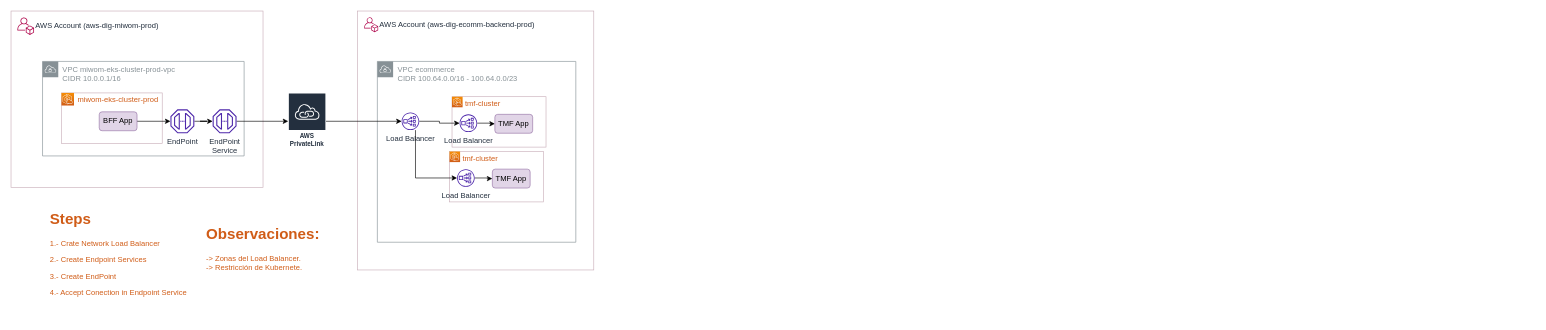
Before: pocs/aws-vpc2vpc-overlapping/arq-poc-vpv2vpc-overlapping.drawio in cohgit/architecture, a draw.io diagram. Source tidied: cells renumbered, new cells numbered last; positions are measured from the earlier drawing's top-left corner, leaving out a move shared by most shapes. Both pictures are drawn from the tidied source at 63%, with x=0, y=0 at pixel (11, 11).
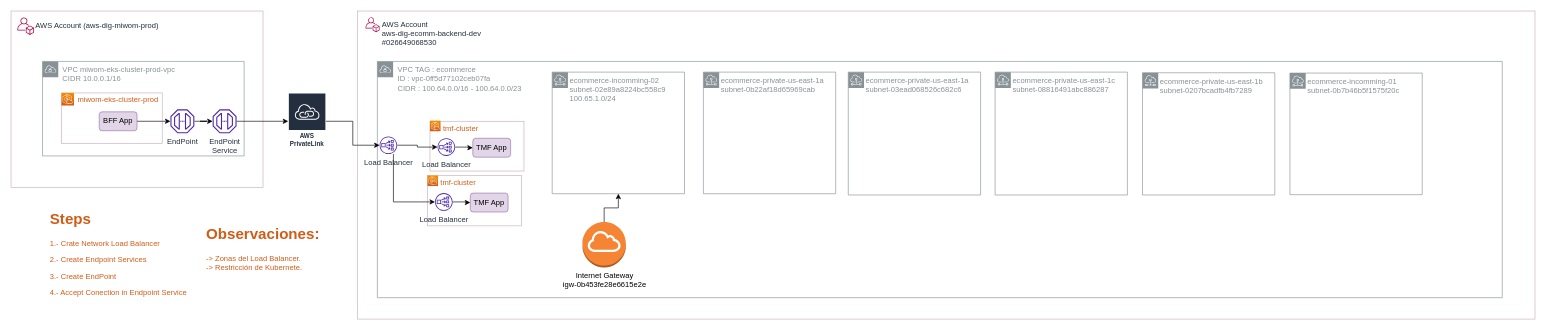
The same diagram, later.

The edit, as a diff of the source:
```diff
@@
     <mxCell id="15" style="rounded=0;whiteSpace=wrap;html=1;strokeColor=#C9AEB9;" parent="1" vertex="1">
-      <mxGeometry x="550" width="375" height="411" as="geometry" />
+      <mxGeometry x="550" width="1869" height="489" as="geometry" />
     </mxCell>
-    <mxCell id="16" value="AWS Account (aws-dig-ecomm-backend-prod)" style="sketch=0;fontColor=#232F3E;gradientColor=none;fillColor=#B0084D;strokeColor=none;dashed=0;verticalLabelPosition=middle;verticalAlign=middle;align=left;html=1;fontSize=12;fontStyle=0;shape=mxgraph.aws4.organizations_account;labelPosition=right;" parent="1" vertex="1">
-      <mxGeometry x="560.5" y="10" width="22.3" height="23.5" as="geometry" />
+    <mxCell id="16" value="AWS Account&lt;br&gt;aws-dig-ecomm-backend-dev&lt;br&gt;#026649068530" style="sketch=0;fontColor=#232F3E;gradientColor=none;fillColor=#B0084D;strokeColor=none;dashed=0;verticalLabelPosition=middle;verticalAlign=top;align=left;html=1;fontSize=12;fontStyle=0;shape=mxgraph.aws4.organizations_account;labelPosition=right;spacing=0;spacingLeft=4;" parent="1" vertex="1">
+      <mxGeometry x="562.7" y="10" width="22.3" height="23.5" as="geometry" />
     </mxCell>
-    <mxCell id="17" value="VPC&amp;nbsp;ecommerce&lt;br&gt;CIDR&amp;nbsp;100.64.0.0/16 -&amp;nbsp;100.64.0.0/23" style="sketch=0;gradientColor=none;html=1;whiteSpace=wrap;fontSize=12;fontStyle=0;shape=mxgraph.aws4.group;grIcon=mxgraph.aws4.group_vpc;strokeColor=#879196;fillColor=none;verticalAlign=top;align=left;spacingLeft=30;fontColor=#879196;dashed=0;" parent="1" vertex="1">
-      <mxGeometry x="581.5" y="80" width="315" height="287" as="geometry" />
+    <mxCell id="17" value="VPC TAG : ecommerce&lt;br&gt;ID :&amp;nbsp;vpc-0ff5d77102ceb07fa&lt;br&gt;CIDR : 100.64.0.0/16 -&amp;nbsp;100.64.0.0/23" style="sketch=0;gradientColor=none;html=1;whiteSpace=wrap;fontSize=12;fontStyle=0;shape=mxgraph.aws4.group;grIcon=mxgraph.aws4.group_vpc;strokeColor=#879196;fillColor=none;verticalAlign=top;align=left;spacingLeft=30;fontColor=#879196;dashed=0;" parent="1" vertex="1">
+      <mxGeometry x="581.5" y="80" width="1785.5" height="375" as="geometry" />
     </mxCell>
     <mxCell id="18" value="tmf-cluster" style="rounded=0;whiteSpace=wrap;html=1;strokeColor=#C9AEB9;align=left;verticalAlign=top;spacingLeft=21;spacing=0;fontColor=#D05C17;fontStyle=0;" parent="1" vertex="1">
-      <mxGeometry x="700" y="136" width="149.2" height="80" as="geometry" />
+      <mxGeometry x="665" y="175" width="149.2" height="79" as="geometry" />
     </mxCell>
     <mxCell id="19" style="sketch=0;fontColor=#232F3E;gradientColor=#F78E04;gradientDirection=north;fillColor=#D05C17;strokeColor=#ffffff;dashed=0;verticalLabelPosition=bottom;verticalAlign=top;align=center;html=1;fontSize=12;fontStyle=0;shape=mxgraph.aws4.resourceIcon;resIcon=mxgraph.aws4.eks_cloud;" parent="1" vertex="1">
-      <mxGeometry x="700" y="136" width="16.8" height="16.8" as="geometry" />
+      <mxGeometry x="665" y="174" width="16.8" height="16.8" as="geometry" />
     </mxCell>
@@
     <mxCell id="21" value="Load Balancer" style="sketch=0;outlineConnect=0;fontColor=#232F3E;gradientColor=none;fillColor=#4D27AA;strokeColor=none;dashed=0;verticalLabelPosition=bottom;verticalAlign=top;align=center;html=1;fontSize=12;fontStyle=0;shape=mxgraph.aws4.network_load_balancer;" parent="1" vertex="1">
-      <mxGeometry x="620" y="161" width="28" height="28" as="geometry" />
+      <mxGeometry x="585" y="199" width="28" height="28" as="geometry" />
     </mxCell>
     <mxCell id="22" value="TMF App" style="rounded=1;whiteSpace=wrap;html=1;strokeColor=#9673a6;fillColor=#e1d5e7;" parent="1" vertex="1">
-      <mxGeometry x="768" y="164" width="60" height="30" as="geometry" />
+      <mxGeometry x="733" y="202" width="60" height="30" as="geometry" />
     </mxCell>
@@
     <mxCell id="26" value="Load Balancer" style="sketch=0;outlineConnect=0;fontColor=#232F3E;gradientColor=none;fillColor=#4D27AA;strokeColor=none;dashed=0;verticalLabelPosition=bottom;verticalAlign=top;align=center;html=1;fontSize=12;fontStyle=0;shape=mxgraph.aws4.network_load_balancer;" parent="1" vertex="1">
-      <mxGeometry x="712" y="164" width="28" height="28" as="geometry" />
+      <mxGeometry x="677" y="202" width="28" height="28" as="geometry" />
     </mxCell>
     <mxCell id="27" value="tmf-cluster" style="rounded=0;whiteSpace=wrap;html=1;strokeColor=#C9AEB9;align=left;verticalAlign=top;spacingLeft=21;spacing=0;fontColor=#D05C17;fontStyle=0;" parent="1" vertex="1">
-      <mxGeometry x="696" y="223" width="149.2" height="80" as="geometry" />
+      <mxGeometry x="661" y="261" width="149.2" height="80" as="geometry" />
     </mxCell>
     <mxCell id="28" style="sketch=0;fontColor=#232F3E;gradientColor=#F78E04;gradientDirection=north;fillColor=#D05C17;strokeColor=#ffffff;dashed=0;verticalLabelPosition=bottom;verticalAlign=top;align=center;html=1;fontSize=12;fontStyle=0;shape=mxgraph.aws4.resourceIcon;resIcon=mxgraph.aws4.eks_cloud;" parent="1" vertex="1">
-      <mxGeometry x="696" y="223" width="16.8" height="16.8" as="geometry" />
+      <mxGeometry x="661" y="261" width="16.8" height="16.8" as="geometry" />
     </mxCell>
     <mxCell id="29" value="TMF App" style="rounded=1;whiteSpace=wrap;html=1;strokeColor=#9673a6;fillColor=#e1d5e7;" parent="1" vertex="1">
-      <mxGeometry x="764" y="251" width="60" height="30" as="geometry" />
+      <mxGeometry x="729" y="289" width="60" height="30" as="geometry" />
     </mxCell>
@@
     <mxCell id="31" value="Load Balancer" style="sketch=0;outlineConnect=0;fontColor=#232F3E;gradientColor=none;fillColor=#4D27AA;strokeColor=none;dashed=0;verticalLabelPosition=bottom;verticalAlign=top;align=center;html=1;fontSize=12;fontStyle=0;shape=mxgraph.aws4.network_load_balancer;" parent="1" vertex="1">
-      <mxGeometry x="708" y="251" width="28" height="28" as="geometry" />
+      <mxGeometry x="673" y="289" width="28" height="28" as="geometry" />
     </mxCell>
     <mxCell id="32" style="edgeStyle=orthogonalEdgeStyle;rounded=0;jettySize=auto;html=1;fontColor=#D05C17;" parent="1" edge="1" source="21" target="31">
       <mxGeometry relative="1" as="geometry">
         <Array as="points">
-          <mxPoint x="642" y="265" />
+          <mxPoint x="607" y="303" />
         </Array>
       </mxGeometry>
     </mxCell>
+    <mxCell id="33" value="ecommerce-incomming-02&lt;br&gt;subnet-02e89a8224bc558c9&lt;br&gt;100.65.1.0/24" style="sketch=0;outlineConnect=0;gradientColor=none;html=1;whiteSpace=wrap;fontSize=12;fontStyle=0;shape=mxgraph.aws4.group;grIcon=mxgraph.aws4.group_subnet;strokeColor=#879196;fillColor=none;verticalAlign=top;align=left;spacingLeft=26;fontColor=#879196;dashed=0;" parent="1" vertex="1">
+      <mxGeometry x="859" y="97" width="210" height="193" as="geometry" />
+    </mxCell>
+    <mxCell id="34" value="ecommerce-private-us-east-1a&lt;br&gt;subnet-0b22af18d65969cab" style="sketch=0;gradientColor=none;html=1;whiteSpace=wrap;fontSize=12;fontStyle=0;shape=mxgraph.aws4.group;grIcon=mxgraph.aws4.group_subnet;strokeColor=#879196;fillColor=none;verticalAlign=top;align=left;spacingLeft=26;fontColor=#879196;dashed=0;" parent="1" vertex="1">
+      <mxGeometry x="1099" y="97" width="210" height="193" as="geometry" />
+    </mxCell>
+    <mxCell id="35" value="ecommerce-private-us-east-1a&lt;br&gt;subnet-03ead068526c682c6" style="sketch=0;gradientColor=none;html=1;whiteSpace=wrap;fontSize=12;fontStyle=0;shape=mxgraph.aws4.group;grIcon=mxgraph.aws4.group_subnet;strokeColor=#879196;fillColor=none;verticalAlign=top;align=left;spacingLeft=26;fontColor=#879196;dashed=0;" parent="1" vertex="1">
+      <mxGeometry x="1329" y="97" width="210" height="195" as="geometry" />
+    </mxCell>
+    <mxCell id="36" value="ecommerce-private-us-east-1c&lt;br&gt;subnet-08816491abc886287" style="sketch=0;gradientColor=none;html=1;whiteSpace=wrap;fontSize=12;fontStyle=0;shape=mxgraph.aws4.group;grIcon=mxgraph.aws4.group_subnet;strokeColor=#879196;fillColor=none;verticalAlign=top;align=left;spacingLeft=26;fontColor=#879196;dashed=0;" parent="1" vertex="1">
+      <mxGeometry x="1562" y="97" width="210" height="195" as="geometry" />
+    </mxCell>
+    <mxCell id="37" value="ecommerce-private-us-east-1b&lt;br&gt;subnet-0207bcadfb4fb7289" style="sketch=0;gradientColor=none;html=1;whiteSpace=wrap;fontSize=12;fontStyle=0;shape=mxgraph.aws4.group;grIcon=mxgraph.aws4.group_subnet;strokeColor=#879196;fillColor=none;verticalAlign=top;align=left;spacingLeft=26;fontColor=#879196;dashed=0;" parent="1" vertex="1">
+      <mxGeometry x="1796" y="98" width="210" height="194" as="geometry" />
+    </mxCell>
+    <mxCell id="38" value="ecommerce-incomming-01&lt;br&gt;subnet-0b7b46b5f1575f20c" style="sketch=0;gradientColor=none;html=1;whiteSpace=wrap;fontSize=12;fontStyle=0;shape=mxgraph.aws4.group;grIcon=mxgraph.aws4.group_subnet;strokeColor=#879196;fillColor=none;verticalAlign=top;align=left;spacingLeft=26;fontColor=#879196;dashed=0;" parent="1" vertex="1">
+      <mxGeometry x="2030" y="98.5" width="210" height="193" as="geometry" />
+    </mxCell>
+    <mxCell id="39" style="edgeStyle=orthogonalEdgeStyle;rounded=0;jettySize=auto;html=1;" parent="1" edge="1" source="40" target="33">
+      <mxGeometry relative="1" as="geometry" />
+    </mxCell>
+    <mxCell id="40" value="Internet Gateway&lt;br&gt;igw-0b453fe28e6615e2e" style="outlineConnect=0;dashed=0;verticalLabelPosition=bottom;verticalAlign=top;align=center;html=1;shape=mxgraph.aws3.internet_gateway;fillColor=#F58534;gradientColor=none;" parent="1" vertex="1">
+      <mxGeometry x="907" y="335" width="69" height="72" as="geometry" />
+    </mxCell>
```
